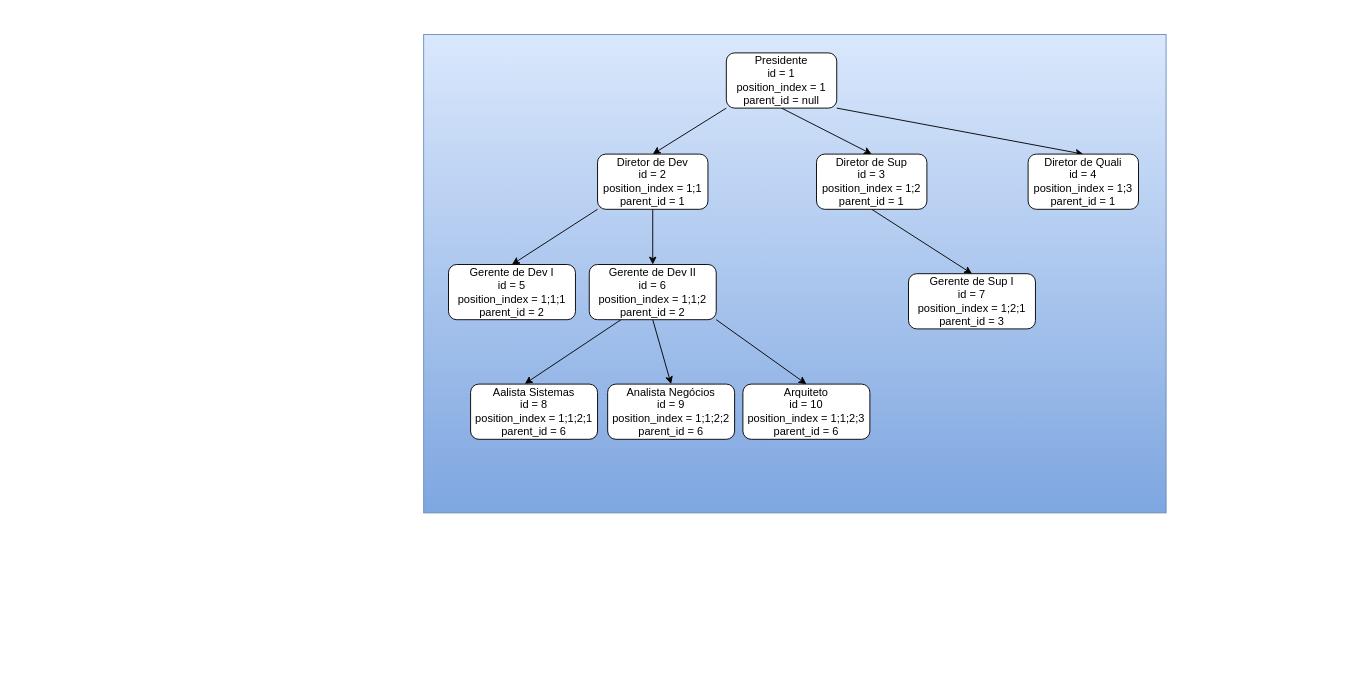
tnicacio/test-tree-view keeps this draw.io diagram as tree-view.drawio. Above is the earlier version. Source tidied: cells renumbered, new cells numbered last; positions are measured from the earlier drawing's top-left corner, leaving out a move shared by most shapes. Both pictures are drawn from the tidied source at 92%, with x=0, y=0 at pixel (423, 34).
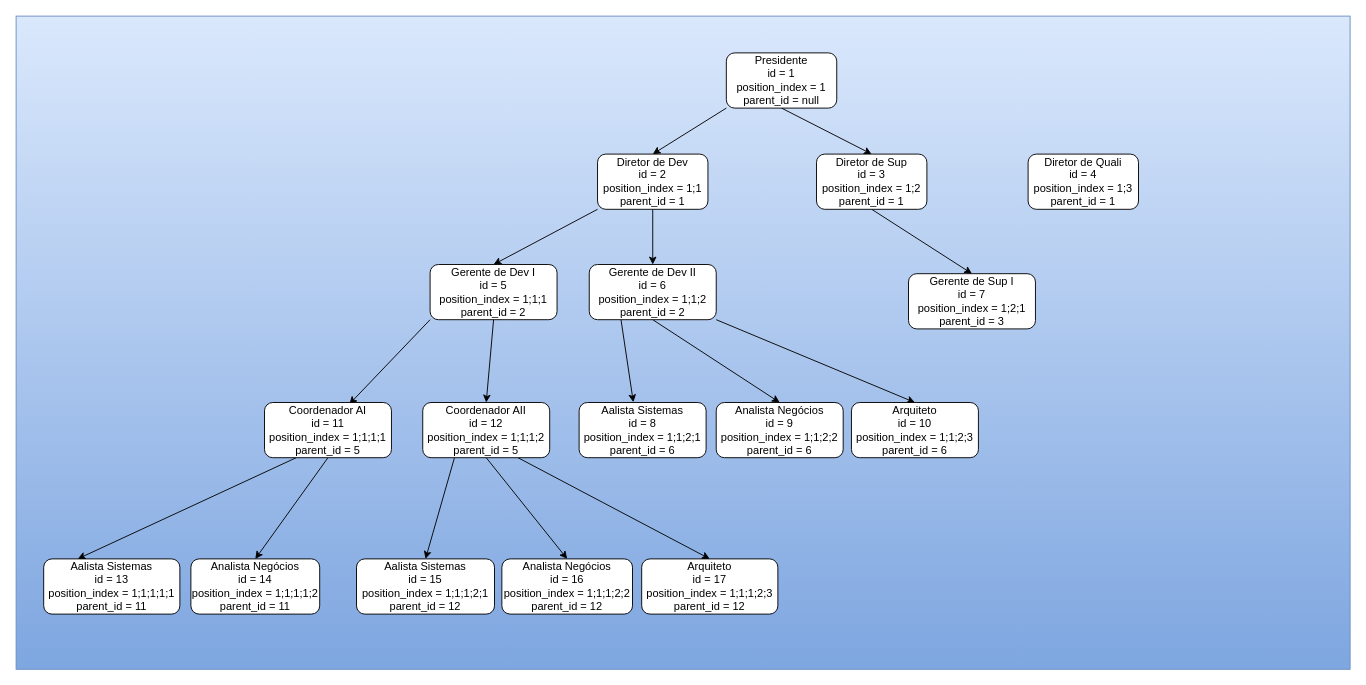
The same diagram, later.

Commit message (it also covers changes not shown here):
[Feature] - Adding column position_level and tests explanation

The change refers to these unchanged cells:
```xml
<mxCell id="6" value="Presidente&lt;br&gt;id = 1&lt;br&gt;position_index = 1&lt;br&gt;parent_id = null" style="rounded=1;whiteSpace=wrap;html=1;" parent="1" vertex="1">
  <mxGeometry x="329" y="20" width="120" height="60" as="geometry" />
</mxCell>
<mxCell id="12" value="Diretor de Quali&lt;br&gt;id = 4&lt;br&gt;position_index = 1;3&lt;br&gt;parent_id = 1" style="rounded=1;whiteSpace=wrap;html=1;" parent="1" vertex="1">
  <mxGeometry x="657" y="130" width="120" height="60" as="geometry" />
</mxCell>
```

The edit, as a diff of the source:
```diff
@@
     <mxCell id="2" style="whiteSpace=wrap;html=1;fillColor=#dae8fc;gradientColor=#7ea6e0;strokeColor=#6c8ebf;" parent="1" vertex="1">
-      <mxGeometry width="807" height="520" as="geometry" />
+      <mxGeometry x="-443" y="-20" width="1450" height="710" as="geometry" />
     </mxCell>
@@
-    <mxCell id="5" style="edgeStyle=none;html=1;exitX=1;exitY=1;exitDx=0;exitDy=0;entryX=0.5;entryY=0;entryDx=0;entryDy=0;" parent="1" edge="1" source="6" target="12">
-      <mxGeometry relative="1" as="geometry" />
-    </mxCell>
@@
+    <mxCell id="22" style="edgeStyle=none;html=1;exitX=0;exitY=1;exitDx=0;exitDy=0;entryX=0.668;entryY=0.03;entryDx=0;entryDy=0;entryPerimeter=0;" parent="1" edge="1" source="13" target="25">
+      <mxGeometry relative="1" as="geometry" />
+    </mxCell>
     <mxCell id="13" value="Gerente de Dev I&lt;br&gt;id = 5&lt;br&gt;position_index = 1;1;1&lt;br&gt;parent_id = 2" style="rounded=1;whiteSpace=wrap;html=1;" parent="1" vertex="1">
-      <mxGeometry x="27" y="250" width="138" height="60" as="geometry" />
+      <mxGeometry x="7" y="250" width="138" height="60" as="geometry" />
     </mxCell>
@@
     <mxCell id="19" value="Aalista Sistemas&lt;br&gt;id = 8&lt;br&gt;position_index = 1;1;2;1&lt;br&gt;parent_id = 6" style="rounded=1;whiteSpace=wrap;html=1;" parent="1" vertex="1">
-      <mxGeometry x="51" y="380" width="138" height="60" as="geometry" />
+      <mxGeometry x="169" y="400" width="138" height="60" as="geometry" />
     </mxCell>
     <mxCell id="20" value="Analista Negócios&lt;br&gt;id = 9&lt;br&gt;position_index = 1;1;2;2&lt;br&gt;parent_id = 6" style="rounded=1;whiteSpace=wrap;html=1;" parent="1" vertex="1">
-      <mxGeometry x="200" y="380" width="138" height="60" as="geometry" />
+      <mxGeometry x="318" y="400" width="138" height="60" as="geometry" />
     </mxCell>
     <mxCell id="21" value="Arquiteto&lt;br&gt;id = 10&lt;br&gt;position_index = 1;1;2;3&lt;br&gt;parent_id = 6" style="rounded=1;whiteSpace=wrap;html=1;" parent="1" vertex="1">
-      <mxGeometry x="347" y="380" width="138" height="60" as="geometry" />
+      <mxGeometry x="465" y="400" width="138" height="60" as="geometry" />
     </mxCell>
+    <mxCell id="23" style="edgeStyle=none;html=1;exitX=0.25;exitY=1;exitDx=0;exitDy=0;entryX=0.25;entryY=0;entryDx=0;entryDy=0;" parent="1" edge="1" source="25" target="34">
+      <mxGeometry relative="1" as="geometry" />
+    </mxCell>
+    <mxCell id="24" style="edgeStyle=none;html=1;exitX=0.5;exitY=1;exitDx=0;exitDy=0;entryX=0.5;entryY=0;entryDx=0;entryDy=0;" parent="1" edge="1" source="25" target="35">
+      <mxGeometry relative="1" as="geometry" />
+    </mxCell>
+    <mxCell id="25" value="Coordenador AI&lt;br&gt;id = 11&lt;br&gt;position_index = 1;1;1;1&lt;br&gt;parent_id = 5" style="rounded=1;whiteSpace=wrap;html=1;" parent="1" vertex="1">
+      <mxGeometry x="-173" y="400" width="138" height="60" as="geometry" />
+    </mxCell>
+    <mxCell id="26" style="edgeStyle=none;html=1;exitX=0.25;exitY=1;exitDx=0;exitDy=0;entryX=0.5;entryY=0;entryDx=0;entryDy=0;" parent="1" edge="1" source="29" target="31">
+      <mxGeometry relative="1" as="geometry" />
+    </mxCell>
+    <mxCell id="27" style="edgeStyle=none;html=1;exitX=0.5;exitY=1;exitDx=0;exitDy=0;entryX=0.5;entryY=0;entryDx=0;entryDy=0;" parent="1" edge="1" source="29" target="32">
+      <mxGeometry relative="1" as="geometry" />
+    </mxCell>
+    <mxCell id="28" style="edgeStyle=none;html=1;exitX=0.75;exitY=1;exitDx=0;exitDy=0;entryX=0.5;entryY=0;entryDx=0;entryDy=0;" parent="1" edge="1" source="29" target="33">
+      <mxGeometry relative="1" as="geometry" />
+    </mxCell>
+    <mxCell id="29" value="Coordenador AII&lt;br&gt;id = 12&lt;br&gt;position_index = 1;1;1;2&lt;br&gt;parent_id = 5" style="rounded=1;whiteSpace=wrap;html=1;" parent="1" vertex="1">
+      <mxGeometry x="-1" y="400" width="138" height="60" as="geometry" />
+    </mxCell>
+    <mxCell id="30" style="endArrow=classic;html=1;exitX=0.5;exitY=1;exitDx=0;exitDy=0;entryX=0.5;entryY=0;entryDx=0;entryDy=0;" parent="1" edge="1" source="13" target="29">
+      <mxGeometry relative="1" as="geometry" />
+    </mxCell>
+    <mxCell id="31" value="Aalista Sistemas&lt;br&gt;id = 15&lt;br&gt;position_index = 1;1;1;2;1&lt;br&gt;parent_id = 12" style="rounded=1;whiteSpace=wrap;html=1;" parent="1" vertex="1">
+      <mxGeometry x="-73" y="570" width="150" height="60" as="geometry" />
+    </mxCell>
+    <mxCell id="32" value="Analista Negócios&lt;br&gt;id = 16&lt;br&gt;position_index = 1;1;1;2;2&lt;br&gt;parent_id = 12" style="rounded=1;whiteSpace=wrap;html=1;" parent="1" vertex="1">
+      <mxGeometry x="85" y="570" width="142" height="60" as="geometry" />
+    </mxCell>
+    <mxCell id="33" value="Arquiteto&lt;br&gt;id = 17&lt;br&gt;position_index = 1;1;1;2;3&lt;br&gt;parent_id = 12" style="rounded=1;whiteSpace=wrap;html=1;" parent="1" vertex="1">
+      <mxGeometry x="237" y="570" width="148" height="60" as="geometry" />
+    </mxCell>
+    <mxCell id="34" value="Aalista Sistemas&lt;br&gt;id = 13&lt;br&gt;position_index = 1;1;1;1;1&lt;br&gt;parent_id = 11" style="rounded=1;whiteSpace=wrap;html=1;" parent="1" vertex="1">
+      <mxGeometry x="-413" y="570" width="148" height="60" as="geometry" />
+    </mxCell>
+    <mxCell id="35" value="Analista Negócios&lt;br&gt;id = 14&lt;br&gt;position_index = 1;1;1;1;2&lt;br&gt;parent_id = 11" style="rounded=1;whiteSpace=wrap;html=1;" parent="1" vertex="1">
+      <mxGeometry x="-253" y="570" width="140" height="60" as="geometry" />
+    </mxCell>
```
